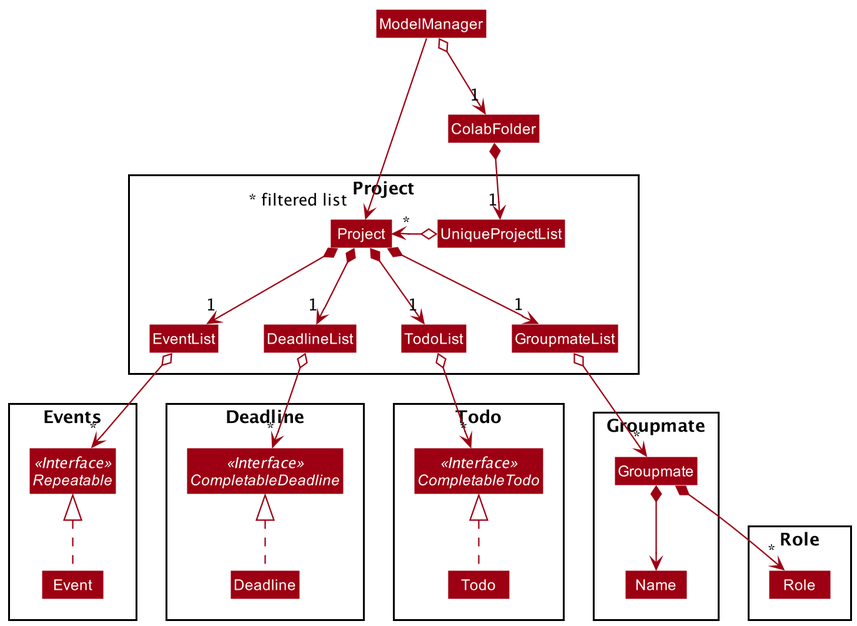
Before: docs/images/ProjectClassDiagram.png, a diagram exported from PlantUML (nus-cs2103-AY2021S2/tp). Source of this version:
```plantuml
@startuml
!include style.puml
skinparam arrowThickness 1.1
skinparam arrowColor MODEL_COLOR
skinparam classBackgroundColor MODEL_COLOR

Class ColabFolder
Class ModelManager

Package Project {
Class Project
Class UniqueProjectList
Class EventList
Class DeadlineList
Class TodoList
Class GroupmateList
}

Package Role {
Class Role
}

Package Events {
Interface Repeatable <<Interface>>
Class Event
}

Package Deadline {
Interface CompletableDeadline <<Interface>>
Class Deadline
}

Package Todo {
Interface CompletableTodo <<Interface>>
Class Todo
}

Package Groupmate {
Class Groupmate
Class Name
}

ModelManager o--> "1" ColabFolder
ModelManager -->"~* filtered list" Project
ColabFolder *--> "1" UniqueProjectList

UniqueProjectList o-> "*" Project
Project *--> "1" EventList
Project *--> "1" DeadlineList
Project *--> "1" TodoList
Project *--> "1" GroupmateList

EventList o--> "*" Repeatable
Event .up.|> Repeatable

DeadlineList o--> "*" CompletableDeadline
Deadline .up.|> CompletableDeadline

TodoList o--> "*" CompletableTodo
Todo .up.|> CompletableTodo

GroupmateList o--> "*" Groupmate
Groupmate *--> "*" Role
Groupmate *--> Name

@enduml
```
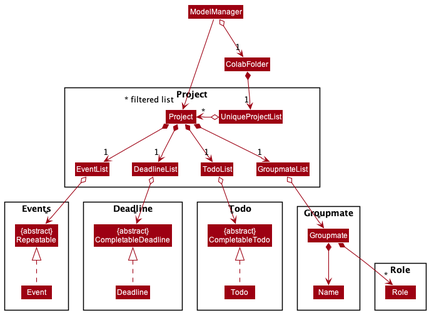
After the change.

The edit, as a diff of the source:
```diff
@@ -21,17 +21,17 @@
 }
 
 Package Events {
-Interface Repeatable <<Interface>>
+Class "{abstract}\nRepeatable" as Repeatable
 Class Event
 }
 
 Package Deadline {
-Interface CompletableDeadline <<Interface>>
+Class "{abstract}\nCompletableDeadline" as CompletableDeadline
 Class Deadline
 }
 
 Package Todo {
-Interface CompletableTodo <<Interface>>
+Class "{abstract}\nCompletableTodo" as CompletableTodo
 Class Todo
 }
 
```
